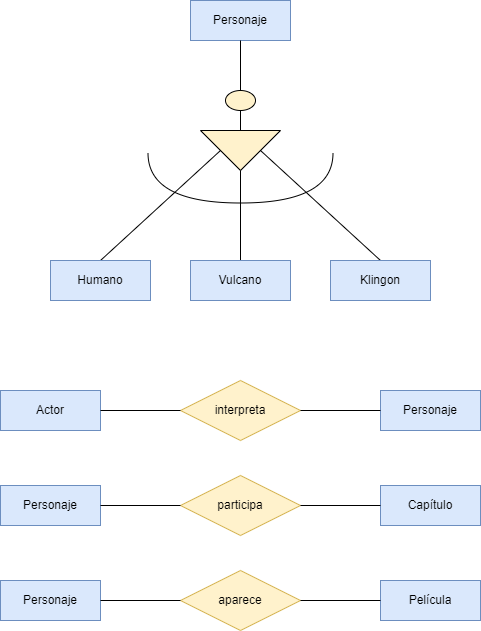
RafaelMayor/base-datos keeps this draw.io diagram as Unidad-1/Tareas/Tarea_Entregable-3/Diagrama Tarea Entregable 3.drawio.png. Above is the earlier version. Source tidied: cells renumbered, new cells last; positions are measured from the earlier drawing's top-left corner, leaving out a move shared by most shapes.
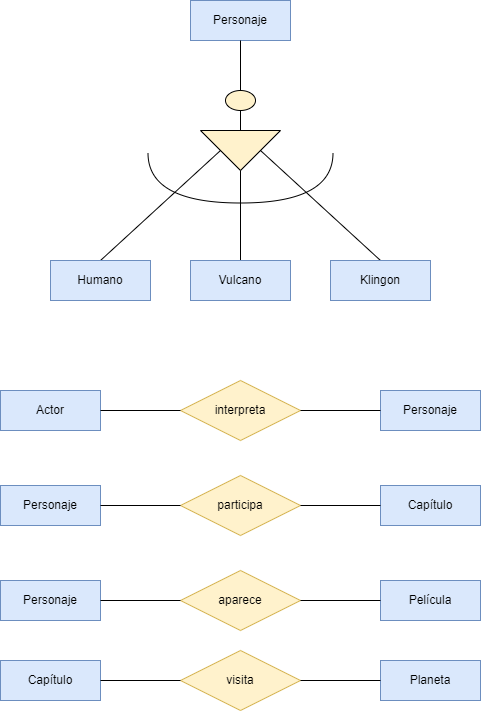
Above is the later version.

Change to the diagram source:
```diff
@@ -83,5 +83,20 @@
     <mxCell id="28" style="endArrow=none;html=1;rounded=0;entryX=0;entryY=0.5;entryDx=0;entryDy=0;exitX=1;exitY=0.5;exitDx=0;exitDy=0;" parent="1" edge="1" source="26" target="24">
       <mxGeometry relative="1" as="geometry" />
     </mxCell>
+    <mxCell id="29" value="Capítulo" style="whiteSpace=wrap;html=1;align=center;fillColor=#dae8fc;strokeColor=#6c8ebf;" parent="1" vertex="1">
+      <mxGeometry y="660" width="100" height="40" as="geometry" />
+    </mxCell>
+    <mxCell id="30" value="visita" style="shape=rhombus;perimeter=rhombusPerimeter;whiteSpace=wrap;html=1;align=center;fillColor=#fff2cc;strokeColor=#d6b656;" parent="1" vertex="1">
+      <mxGeometry x="180" y="650" width="120" height="60" as="geometry" />
+    </mxCell>
+    <mxCell id="31" value="Planeta" style="whiteSpace=wrap;html=1;align=center;fillColor=#dae8fc;strokeColor=#6c8ebf;" parent="1" vertex="1">
+      <mxGeometry x="380" y="660" width="100" height="40" as="geometry" />
+    </mxCell>
+    <mxCell id="32" style="endArrow=none;html=1;rounded=0;entryX=0;entryY=0.5;entryDx=0;entryDy=0;exitX=1;exitY=0.5;exitDx=0;exitDy=0;" parent="1" edge="1" source="30" target="31">
+      <mxGeometry relative="1" as="geometry" />
+    </mxCell>
+    <mxCell id="33" style="endArrow=none;html=1;rounded=0;entryX=0;entryY=0.5;entryDx=0;entryDy=0;exitX=1;exitY=0.5;exitDx=0;exitDy=0;" parent="1" edge="1" source="29" target="30">
+      <mxGeometry relative="1" as="geometry" />
+    </mxCell>
   </root>
 </mxGraphModel>
```
